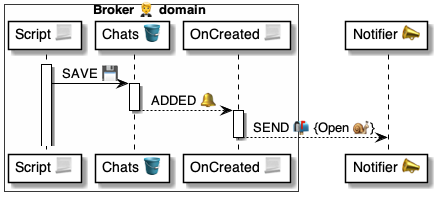
Above: 4 ⚙️ Solution/20 🧑‍🦰 UI/Brokers 🤵/🤵🪣 Broker tables/Chats 💬 table/🪣🔔 OnChatAdded/🤵 OnChatAdded ⚙️ uml.png in pollyweb-org/pollyweb-docs (PlantUML), before the change. Its source is kept beside it as 4 ⚙️ Solution/20 🧑‍🦰 UI/Brokers 🤵/🤵🪣 Broker tables/Chats 💬 table/🪣🔔 OnChatAdded/🤵 OnChatAdded ⚙️ uml.puml. Source of this version:
```plantuml
@startuml OnChatCreated


box Broker 🤵 domain #FFFFFA
    participant "Script 📃" as script
    participant "Chats 🪣" as table
    participant "OnCreated 📃" as handler
end box

participant "Notifier 📣" as notifier



activate script
    script -> table: SAVE 💾


activate table
    table --> handler: ADDED 🔔
deactivate table

activate handler
    handler --> notifier: SEND 📬 {Open 🐌}
deactivate handler

@enduml
```
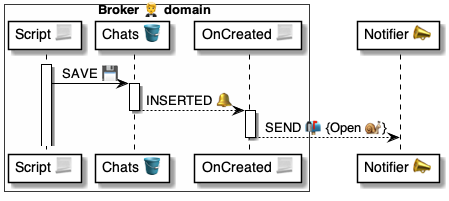
Later version of the same file.

What changed in the source:
```diff
@@ -16,7 +16,7 @@
 
 
 activate table
-    table --> handler: ADDED 🔔
+    table --> handler: INSERTED 🔔
 deactivate table
 
 activate handler
```
